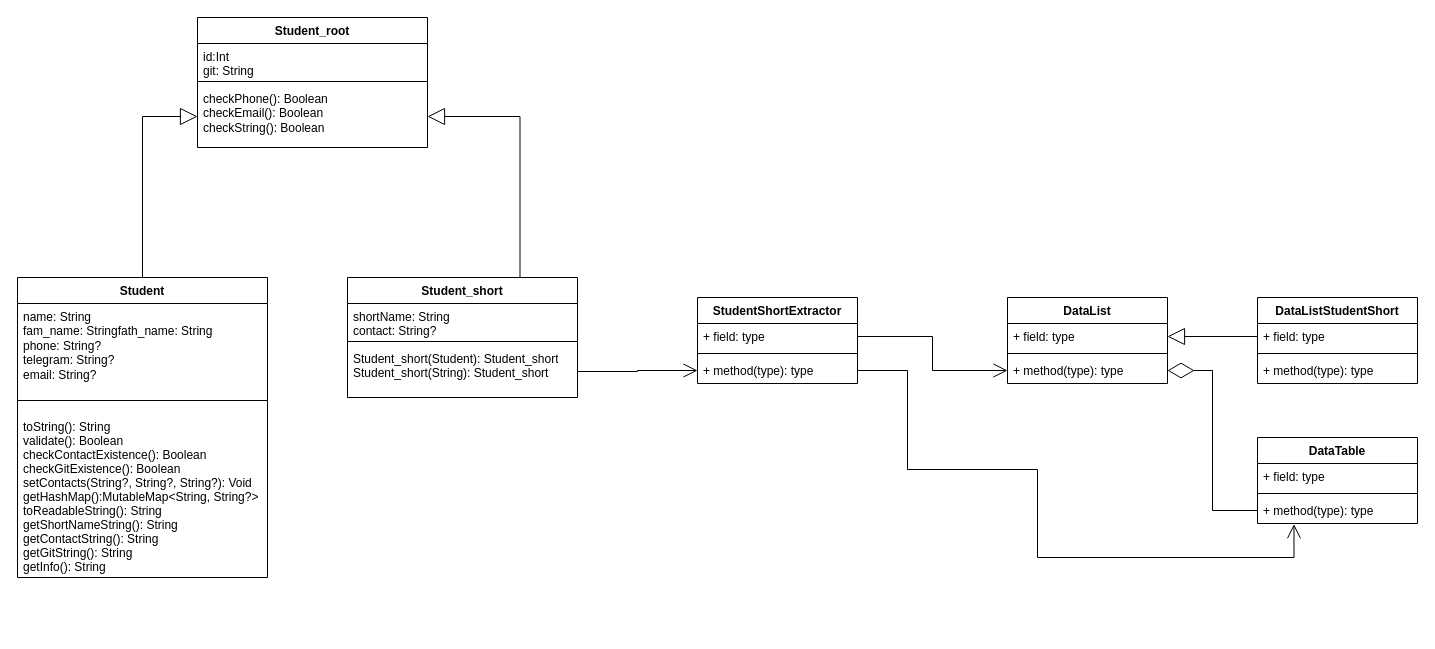
The draw.io diagram Diagram.drawio in Nakoren/Study-patterns, before the edit. Source tidied: cells renumbered, new cells numbered last; positions are measured from the earlier drawing's top-left corner, leaving out a move shared by most shapes. Both pictures are drawn from the tidied source at 100%, with x=0, y=0 at pixel (17, 17).
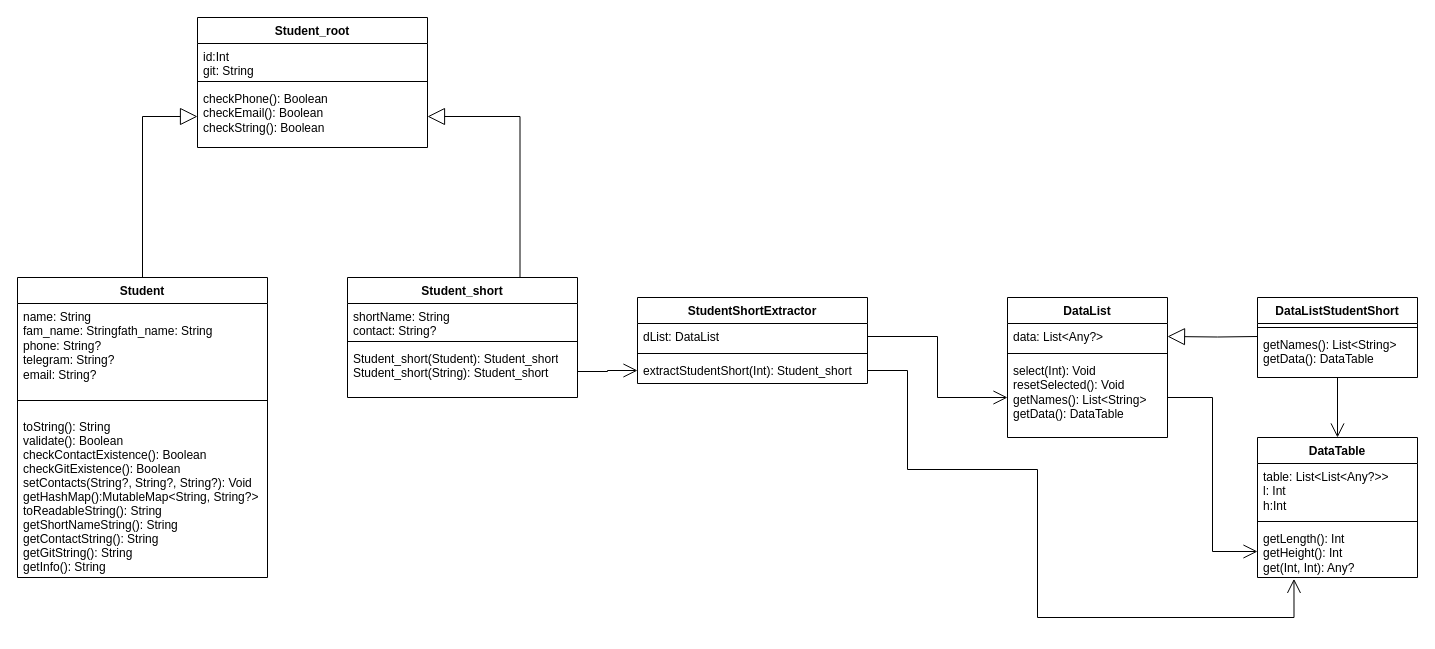
After the change.

Commit message:
Another UML fix

What changed in the source:
```diff
@@
     <mxCell id="16" value="DataList" style="swimlane;fontStyle=1;align=center;verticalAlign=top;horizontal=1;startSize=26;whiteSpace=wrap;html=1;" parent="1" vertex="1">
-      <mxGeometry x="990" y="280" width="160" height="86" as="geometry" />
+      <mxGeometry x="990" y="280" width="160" height="140" as="geometry" />
     </mxCell>
-    <mxCell id="17" value="+ field: type" style="text;strokeColor=none;fillColor=none;align=left;verticalAlign=top;spacingLeft=4;spacingRight=4;overflow=hidden;points=[[0,0.5],[1,0.5]];portConstraint=eastwest;whiteSpace=wrap;html=1;" parent="16" vertex="1">
+    <mxCell id="17" value="data: List&amp;lt;Any?&amp;gt;" style="text;strokeColor=none;fillColor=none;align=left;verticalAlign=top;spacingLeft=4;spacingRight=4;overflow=hidden;points=[[0,0.5],[1,0.5]];portConstraint=eastwest;whiteSpace=wrap;html=1;" parent="16" vertex="1">
       <mxGeometry y="26" width="160" height="26" as="geometry" />
     </mxCell>
@@
-    <mxCell id="19" value="+ method(type): type" style="text;strokeColor=none;fillColor=none;align=left;verticalAlign=top;spacingLeft=4;spacingRight=4;overflow=hidden;points=[[0,0.5],[1,0.5]];portConstraint=eastwest;whiteSpace=wrap;html=1;" parent="16" vertex="1">
-      <mxGeometry y="60" width="160" height="26" as="geometry" />
+    <mxCell id="19" value="select(Int): Void&lt;div&gt;resetSelected(): Void&lt;/div&gt;&lt;div&gt;getNames(): List&amp;lt;String&amp;gt;&lt;/div&gt;&lt;div&gt;getData(): DataTable&lt;/div&gt;" style="text;strokeColor=none;fillColor=none;align=left;verticalAlign=top;spacingLeft=4;spacingRight=4;overflow=hidden;points=[[0,0.5],[1,0.5]];portConstraint=eastwest;whiteSpace=wrap;html=1;" parent="16" vertex="1">
+      <mxGeometry y="60" width="160" height="80" as="geometry" />
     </mxCell>
     <mxCell id="20" value="DataTable" style="swimlane;fontStyle=1;align=center;verticalAlign=top;horizontal=1;startSize=26;whiteSpace=wrap;html=1;" parent="1" vertex="1">
-      <mxGeometry x="1240" y="420" width="160" height="86" as="geometry" />
+      <mxGeometry x="1240" y="420" width="160" height="140" as="geometry" />
     </mxCell>
-    <mxCell id="21" value="+ field: type" style="text;strokeColor=none;fillColor=none;align=left;verticalAlign=top;spacingLeft=4;spacingRight=4;overflow=hidden;whiteSpace=wrap;html=1;" parent="20" vertex="1">
-      <mxGeometry y="26" width="160" height="26" as="geometry" />
+    <mxCell id="21" value="table: List&amp;lt;List&amp;lt;Any?&amp;gt;&amp;gt;&lt;div&gt;l: Int&lt;/div&gt;&lt;div&gt;h:Int&amp;nbsp;&lt;/div&gt;" style="text;strokeColor=none;fillColor=none;align=left;verticalAlign=top;spacingLeft=4;spacingRight=4;overflow=hidden;whiteSpace=wrap;html=1;" parent="20" vertex="1">
+      <mxGeometry y="26" width="160" height="54" as="geometry" />
     </mxCell>
     <mxCell id="22" style="line;strokeWidth=1;fillColor=none;align=left;verticalAlign=middle;spacingTop=-1;spacingLeft=3;spacingRight=3;labelPosition=right;strokeColor=inherit;" parent="20" vertex="1">
-      <mxGeometry y="52" width="160" height="8" as="geometry" />
+      <mxGeometry y="80" width="160" height="8" as="geometry" />
     </mxCell>
-    <mxCell id="23" value="+ method(type): type" style="text;strokeColor=none;fillColor=none;align=left;verticalAlign=top;spacingLeft=4;spacingRight=4;overflow=hidden;points=[[0,0.5],[1,0.5]];portConstraint=eastwest;whiteSpace=wrap;html=1;" parent="20" vertex="1">
-      <mxGeometry y="60" width="160" height="26" as="geometry" />
+    <mxCell id="23" value="getLength(): Int&lt;div&gt;getHeight(): Int&lt;/div&gt;&lt;div&gt;get(Int, Int): Any?&lt;/div&gt;" style="text;strokeColor=none;fillColor=none;align=left;verticalAlign=top;spacingLeft=4;spacingRight=4;overflow=hidden;points=[[0,0.5],[1,0.5]];portConstraint=eastwest;whiteSpace=wrap;html=1;" parent="20" vertex="1">
+      <mxGeometry y="88" width="160" height="52" as="geometry" />
     </mxCell>
     <mxCell id="24" value="DataListStudentShort" style="swimlane;fontStyle=1;align=center;verticalAlign=top;horizontal=1;startSize=26;whiteSpace=wrap;html=1;" parent="1" vertex="1">
-      <mxGeometry x="1240" y="280" width="160" height="86" as="geometry" />
+      <mxGeometry x="1240" y="280" width="160" height="80" as="geometry" />
     </mxCell>
-    <mxCell id="25" value="+ field: type" style="text;strokeColor=none;fillColor=none;align=left;verticalAlign=top;spacingLeft=4;spacingRight=4;overflow=hidden;points=[[0,0.5],[1,0.5]];portConstraint=eastwest;whiteSpace=wrap;html=1;" parent="24" vertex="1">
-      <mxGeometry y="26" width="160" height="26" as="geometry" />
-    </mxCell>
     <mxCell id="26" style="line;strokeWidth=1;fillColor=none;align=left;verticalAlign=middle;spacingTop=-1;spacingLeft=3;spacingRight=3;labelPosition=right;strokeColor=inherit;" parent="24" vertex="1">
-      <mxGeometry y="52" width="160" height="8" as="geometry" />
+      <mxGeometry y="26" width="160" height="8" as="geometry" />
     </mxCell>
-    <mxCell id="27" value="+ method(type): type" style="text;strokeColor=none;fillColor=none;align=left;verticalAlign=top;spacingLeft=4;spacingRight=4;overflow=hidden;whiteSpace=wrap;html=1;" parent="24" vertex="1">
-      <mxGeometry y="60" width="160" height="26" as="geometry" />
+    <mxCell id="27" value="getNames(): List&amp;lt;String&amp;gt;&lt;div&gt;getData(): DataTable&lt;/div&gt;" style="text;strokeColor=none;fillColor=none;align=left;verticalAlign=top;spacingLeft=4;spacingRight=4;overflow=hidden;whiteSpace=wrap;html=1;" parent="24" vertex="1">
+      <mxGeometry y="34" width="160" height="46" as="geometry" />
     </mxCell>
-    <mxCell id="28" style="edgeStyle=orthogonalEdgeStyle;rounded=0;jettySize=auto;html=1;endArrow=block;endFill=0;endSize=15;exitX=0;exitY=0.5;exitDx=0;exitDy=0;entryX=1;entryY=0.5;entryDx=0;entryDy=0;" parent="1" edge="1" source="25" target="17">
-      <mxGeometry relative="1" as="geometry" />
+    <mxCell id="28" style="edgeStyle=orthogonalEdgeStyle;rounded=0;jettySize=auto;html=1;endArrow=block;endFill=0;endSize=15;exitX=0;exitY=0.5;exitDx=0;exitDy=0;entryX=1;entryY=0.5;entryDx=0;entryDy=0;" parent="1" edge="1" target="17">
+      <mxGeometry relative="1" as="geometry">
+        <mxPoint x="1240" y="319" as="sourcePoint" />
+      </mxGeometry>
     </mxCell>
-    <mxCell id="29" style="endArrow=diamondThin;endFill=0;endSize=24;html=1;rounded=0;entryX=1;entryY=0.5;entryDx=0;entryDy=0;exitX=0;exitY=0.5;exitDx=0;exitDy=0;edgeStyle=orthogonalEdgeStyle;" parent="1" edge="1" source="23" target="19">
-      <mxGeometry relative="1" as="geometry" />
-    </mxCell>
     <mxCell id="30" value="StudentShortExtractor" style="swimlane;fontStyle=1;align=center;verticalAlign=top;horizontal=1;startSize=26;whiteSpace=wrap;html=1;" parent="1" vertex="1">
-      <mxGeometry x="680" y="280" width="160" height="86" as="geometry" />
+      <mxGeometry x="620" y="280" width="230" height="86" as="geometry" />
     </mxCell>
-    <mxCell id="31" value="+ field: type" style="text;strokeColor=none;fillColor=none;align=left;verticalAlign=top;spacingLeft=4;spacingRight=4;overflow=hidden;points=[[0,0.5],[1,0.5]];portConstraint=eastwest;whiteSpace=wrap;html=1;" parent="30" vertex="1">
-      <mxGeometry y="26" width="160" height="26" as="geometry" />
+    <mxCell id="31" value="dList: DataList" style="text;strokeColor=none;fillColor=none;align=left;verticalAlign=top;spacingLeft=4;spacingRight=4;overflow=hidden;points=[[0,0.5],[1,0.5]];portConstraint=eastwest;whiteSpace=wrap;html=1;" parent="30" vertex="1">
+      <mxGeometry y="26" width="230" height="26" as="geometry" />
     </mxCell>
     <mxCell id="32" style="line;strokeWidth=1;fillColor=none;align=left;verticalAlign=middle;spacingTop=-1;spacingLeft=3;spacingRight=3;labelPosition=right;strokeColor=inherit;" parent="30" vertex="1">
-      <mxGeometry y="52" width="160" height="8" as="geometry" />
+      <mxGeometry y="52" width="230" height="8" as="geometry" />
     </mxCell>
-    <mxCell id="33" value="+ method(type): type" style="text;strokeColor=none;fillColor=none;align=left;verticalAlign=top;spacingLeft=4;spacingRight=4;overflow=hidden;points=[[0,0.5],[1,0.5]];portConstraint=eastwest;whiteSpace=wrap;html=1;" parent="30" vertex="1">
-      <mxGeometry y="60" width="160" height="26" as="geometry" />
+    <mxCell id="33" value="extractStudentShort(Int): Student_short" style="text;strokeColor=none;fillColor=none;align=left;verticalAlign=top;spacingLeft=4;spacingRight=4;overflow=hidden;points=[[0,0.5],[1,0.5]];portConstraint=eastwest;whiteSpace=wrap;html=1;" parent="30" vertex="1">
+      <mxGeometry y="60" width="230" height="26" as="geometry" />
     </mxCell>
@@
     <mxCell id="35" style="endArrow=open;endFill=1;endSize=12;html=1;rounded=0;exitX=1;exitY=0.5;exitDx=0;exitDy=0;entryX=0.228;entryY=1.026;entryDx=0;entryDy=0;entryPerimeter=0;edgeStyle=orthogonalEdgeStyle;" parent="1" edge="1" source="33" target="23">
       <mxGeometry relative="1" as="geometry">
         <Array as="points">
           <mxPoint x="890" y="353" />
           <mxPoint x="890" y="452" />
           <mxPoint x="1020" y="452" />
-          <mxPoint x="1020" y="540" />
-          <mxPoint x="1277" y="540" />
+          <mxPoint x="1020" y="600" />
+          <mxPoint x="1276" y="600" />
         </Array>
       </mxGeometry>
     </mxCell>
@@
+    <mxCell id="37" style="endArrow=open;endFill=1;endSize=12;html=1;rounded=0;entryX=0.5;entryY=0;entryDx=0;entryDy=0;edgeStyle=orthogonalEdgeStyle;exitX=0.5;exitY=1;exitDx=0;exitDy=0;" parent="1" edge="1" source="24" target="20">
+      <mxGeometry relative="1" as="geometry" />
+    </mxCell>
+    <mxCell id="38" style="endArrow=open;endFill=1;endSize=12;html=1;rounded=0;entryX=0;entryY=0.5;entryDx=0;entryDy=0;edgeStyle=orthogonalEdgeStyle;exitX=1;exitY=0.5;exitDx=0;exitDy=0;" parent="1" edge="1" source="19" target="23">
+      <mxGeometry relative="1" as="geometry" />
+    </mxCell>
```
